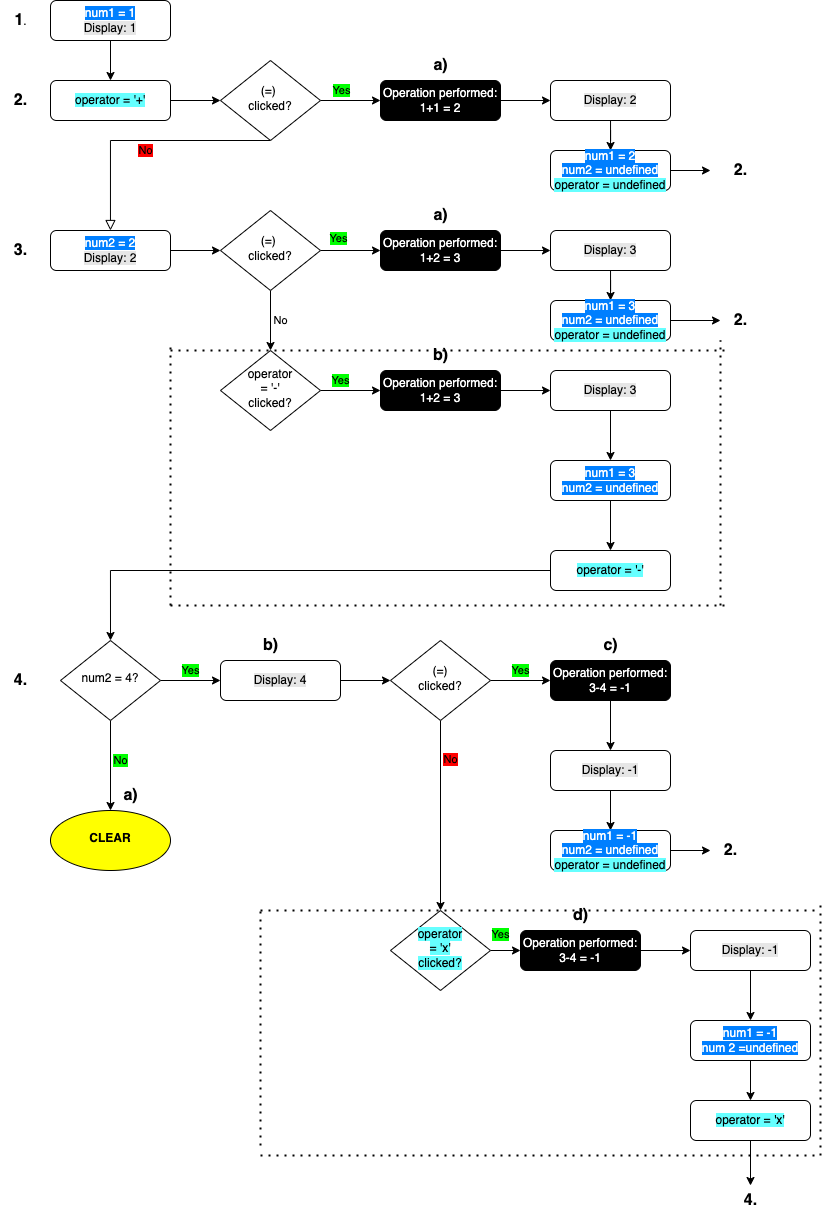
The draw.io diagram flow-diagram/calculator-flow-diagram.png in roamingterra/calculator, before a commit. Source tidied: cells renumbered, new cells last; positions are measured from the earlier drawing's top-left corner, leaving out a move shared by most shapes.
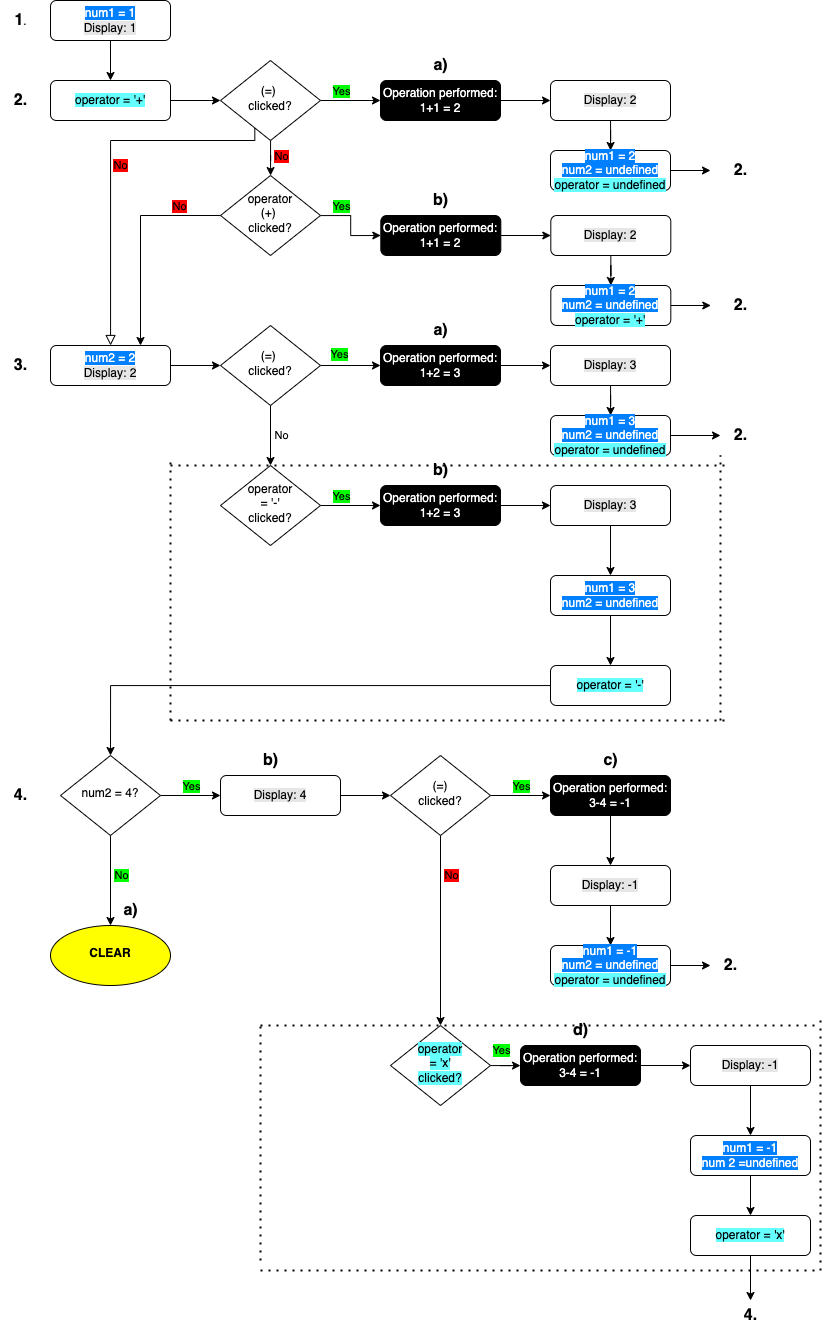
The same diagram one commit later.

Change to the diagram source:
```diff
@@ -6,12 +6,13 @@
       <mxGeometry relative="1" as="geometry" />
     </mxCell>
     <mxCell id="3" value="&lt;font color=&quot;#ffffff&quot;&gt;&lt;span style=&quot;background-color: rgb(0, 127, 255);&quot;&gt;num1 = 1&lt;/span&gt;&lt;br&gt;&lt;/font&gt;&lt;span style=&quot;background-color: rgb(230, 230, 230);&quot;&gt;Display: 1&lt;/span&gt;" style="rounded=1;whiteSpace=wrap;html=1;fontSize=12;glass=0;strokeWidth=1;shadow=0;" parent="1" vertex="1">
-      <mxGeometry x="50" width="120" height="40" as="geometry" />
+      <mxGeometry x="50" y="-115" width="120" height="40" as="geometry" />
     </mxCell>
-    <mxCell id="4" value="&lt;span style=&quot;background-color: rgb(255, 0, 0);&quot;&gt;No&lt;/span&gt;" style="edgeStyle=orthogonalEdgeStyle;rounded=0;html=1;jettySize=auto;fontSize=11;endArrow=block;endFill=0;endSize=8;strokeWidth=1;shadow=0;labelBackgroundColor=none;" parent="1" edge="1" source="7" target="9">
+    <mxCell id="4" value="&lt;span style=&quot;background-color: rgb(255, 0, 0);&quot;&gt;No&lt;/span&gt;" style="edgeStyle=orthogonalEdgeStyle;rounded=0;html=1;jettySize=auto;fontSize=11;endArrow=block;endFill=0;endSize=8;strokeWidth=1;shadow=0;labelBackgroundColor=none;exitX=0.343;exitY=0.843;exitDx=0;exitDy=0;exitPerimeter=0;" parent="1" edge="1" source="7" target="9">
       <mxGeometry y="10" relative="1" as="geometry">
         <Array as="points">
-          <mxPoint x="110" y="140" />
+          <mxPoint x="254" y="25" />
+          <mxPoint x="110" y="25" />
         </Array>
       </mxGeometry>
     </mxCell>
@@ -23,8 +24,16 @@
         <mxPoint x="2" y="-6" as="offset" />
       </mxGeometry>
     </mxCell>
+    <mxCell id="93" style="edgeStyle=orthogonalEdgeStyle;rounded=0;jettySize=auto;html=1;" parent="1" edge="1" source="7" target="96">
+      <mxGeometry relative="1" as="geometry" />
+    </mxCell>
+    <mxCell id="94" value="&lt;span style=&quot;background-color: rgb(255, 0, 0);&quot;&gt;No&lt;/span&gt;" style="edgeLabel;html=1;align=center;verticalAlign=middle;" parent="93" vertex="1">
+      <mxGeometry x="-0.47" y="-1" relative="1" as="geometry">
+        <mxPoint x="11" y="3" as="offset" />
+      </mxGeometry>
+    </mxCell>
     <mxCell id="7" value="(=)&amp;nbsp;&lt;br&gt;clicked?" style="rhombus;whiteSpace=wrap;html=1;shadow=0;fontFamily=Helvetica;fontSize=12;align=center;strokeWidth=1;spacing=6;spacingTop=-4;" parent="1" vertex="1">
-      <mxGeometry x="220" y="60" width="100" height="80" as="geometry" />
+      <mxGeometry x="220" y="-55" width="100" height="80" as="geometry" />
     </mxCell>
     <mxCell id="8" style="edgeStyle=orthogonalEdgeStyle;rounded=0;jettySize=auto;html=1;" parent="1" edge="1" source="9" target="19">
       <mxGeometry relative="1" as="geometry" />
@@ -36,21 +45,21 @@
       <mxGeometry relative="1" as="geometry" />
     </mxCell>
     <mxCell id="11" value="&lt;span style=&quot;background-color: rgb(102, 255, 255);&quot;&gt;operator = '+'&lt;/span&gt;" style="rounded=1;whiteSpace=wrap;html=1;fontSize=12;glass=0;strokeWidth=1;shadow=0;" parent="1" vertex="1">
-      <mxGeometry x="50" y="80" width="120" height="40" as="geometry" />
+      <mxGeometry x="50" y="-35" width="120" height="40" as="geometry" />
     </mxCell>
     <mxCell id="12" style="edgeStyle=orthogonalEdgeStyle;rounded=0;jettySize=auto;html=1;" parent="1" edge="1" source="13">
       <mxGeometry relative="1" as="geometry">
-        <mxPoint x="550" y="100" as="targetPoint" />
+        <mxPoint x="550" y="-15" as="targetPoint" />
       </mxGeometry>
     </mxCell>
     <mxCell id="13" value="&lt;font color=&quot;#ffffff&quot;&gt;Operation performed:&lt;br&gt;1+1 = 2&lt;/font&gt;" style="rounded=1;whiteSpace=wrap;html=1;fontSize=12;glass=0;strokeWidth=1;shadow=0;fillColor=#000000;" parent="1" vertex="1">
-      <mxGeometry x="380" y="80" width="120" height="40" as="geometry" />
+      <mxGeometry x="380" y="-35" width="120" height="40" as="geometry" />
     </mxCell>
     <mxCell id="14" style="edgeStyle=orthogonalEdgeStyle;rounded=0;jettySize=auto;html=1;" parent="1" edge="1" source="15" target="43">
       <mxGeometry relative="1" as="geometry" />
     </mxCell>
     <mxCell id="15" value="&lt;span style=&quot;background-color: rgb(230, 230, 230);&quot;&gt;Display: 2&lt;/span&gt;" style="rounded=1;whiteSpace=wrap;html=1;fontSize=12;glass=0;strokeWidth=1;shadow=0;" parent="1" vertex="1">
-      <mxGeometry x="550" y="80" width="120" height="40" as="geometry" />
+      <mxGeometry x="550" y="-35" width="120" height="40" as="geometry" />
     </mxCell>
     <mxCell id="16" style="edgeStyle=orthogonalEdgeStyle;rounded=0;jettySize=auto;html=1;" parent="1" edge="1" source="19" target="22">
       <mxGeometry relative="1" as="geometry" />
@@ -121,16 +130,16 @@
       <mxGeometry x="550" y="550" width="120" height="40" as="geometry" />
     </mxCell>
     <mxCell id="36" value="&lt;font style=&quot;font-size: 16px;&quot;&gt;&lt;b&gt;1&lt;/b&gt;&lt;/font&gt;." style="text;html=1;align=center;verticalAlign=middle;strokeColor=none;fillColor=none;" parent="1" vertex="1">
-      <mxGeometry y="5" width="40" height="30" as="geometry" />
+      <mxGeometry y="-110" width="40" height="30" as="geometry" />
     </mxCell>
     <mxCell id="37" value="&lt;span style=&quot;font-size: 16px;&quot;&gt;&lt;b&gt;2.&lt;/b&gt;&lt;/span&gt;" style="text;html=1;align=center;verticalAlign=middle;strokeColor=none;fillColor=none;" parent="1" vertex="1">
-      <mxGeometry y="85" width="40" height="30" as="geometry" />
+      <mxGeometry y="-30" width="40" height="30" as="geometry" />
     </mxCell>
     <mxCell id="38" value="&lt;span style=&quot;font-size: 16px;&quot;&gt;&lt;b&gt;3.&lt;/b&gt;&lt;/span&gt;" style="text;html=1;align=center;verticalAlign=middle;strokeColor=none;fillColor=none;" parent="1" vertex="1">
       <mxGeometry y="235" width="40" height="30" as="geometry" />
     </mxCell>
     <mxCell id="39" value="&lt;b&gt;a)&lt;/b&gt;" style="text;html=1;align=center;verticalAlign=middle;strokeColor=none;fillColor=none;fontSize=16;" parent="1" vertex="1">
-      <mxGeometry x="420" y="50" width="40" height="30" as="geometry" />
+      <mxGeometry x="420" y="-65" width="40" height="30" as="geometry" />
     </mxCell>
     <mxCell id="40" value="&lt;b&gt;a)&lt;/b&gt;" style="text;html=1;align=center;verticalAlign=middle;strokeColor=none;fillColor=none;fontSize=16;" parent="1" vertex="1">
       <mxGeometry x="420" y="200" width="40" height="30" as="geometry" />
@@ -140,14 +149,14 @@
     </mxCell>
     <mxCell id="42" style="edgeStyle=orthogonalEdgeStyle;rounded=0;jettySize=auto;html=1;" parent="1" edge="1" source="43">
       <mxGeometry relative="1" as="geometry">
-        <mxPoint x="710" y="170" as="targetPoint" />
+        <mxPoint x="710" y="55" as="targetPoint" />
       </mxGeometry>
     </mxCell>
     <mxCell id="43" value="&lt;font style=&quot;background-color: rgb(0, 127, 255);&quot; color=&quot;#ffffff&quot;&gt;num1 = 2&lt;br&gt;&lt;/font&gt;&lt;font style=&quot;background-color: rgb(0, 127, 255);&quot; color=&quot;#ffffff&quot;&gt;num2 = undefined&lt;br&gt;&lt;/font&gt;&lt;span style=&quot;background-color: rgb(102, 255, 255);&quot;&gt;operator = undefined&lt;/span&gt;" style="rounded=1;whiteSpace=wrap;html=1;fontSize=12;glass=0;strokeWidth=1;shadow=0;" parent="1" vertex="1">
-      <mxGeometry x="550" y="150" width="120" height="40" as="geometry" />
+      <mxGeometry x="550" y="35" width="120" height="40" as="geometry" />
     </mxCell>
     <mxCell id="44" value="&lt;span style=&quot;font-size: 16px;&quot;&gt;&lt;b&gt;2.&lt;/b&gt;&lt;/span&gt;" style="text;html=1;align=center;verticalAlign=middle;strokeColor=none;fillColor=none;" parent="1" vertex="1">
-      <mxGeometry x="720" y="155" width="40" height="30" as="geometry" />
+      <mxGeometry x="720" y="40" width="40" height="30" as="geometry" />
     </mxCell>
     <mxCell id="45" style="edgeStyle=orthogonalEdgeStyle;rounded=0;jettySize=auto;html=1;" parent="1" edge="1" source="46" target="47">
       <mxGeometry relative="1" as="geometry" />
@@ -325,5 +334,55 @@
     <mxCell id="92" value="&lt;span style=&quot;font-size: 16px;&quot;&gt;&lt;b&gt;4.&lt;/b&gt;&lt;/span&gt;" style="text;html=1;align=center;verticalAlign=middle;points=[];strokeColor=none;fillColor=none;" parent="1" vertex="1">
       <mxGeometry x="730" y="1185" width="40" height="30" as="geometry" />
     </mxCell>
+    <mxCell id="95" style="edgeStyle=orthogonalEdgeStyle;rounded=0;jettySize=auto;html=1;entryX=0;entryY=0.5;entryDx=0;entryDy=0;" parent="1" edge="1" source="96" target="99">
+      <mxGeometry relative="1" as="geometry" />
+    </mxCell>
+    <mxCell id="96" value="operator&lt;br&gt;(+)&amp;nbsp;&lt;br&gt;clicked?" style="rhombus;whiteSpace=wrap;html=1;shadow=0;fontFamily=Helvetica;fontSize=12;align=center;strokeWidth=1;spacing=6;spacingTop=-4;" parent="1" vertex="1">
+      <mxGeometry x="220" y="60" width="100" height="80" as="geometry" />
+    </mxCell>
+    <mxCell id="97" value="&lt;span style=&quot;background-color: rgb(0, 255, 0);&quot;&gt;Yes&lt;/span&gt;" style="edgeLabel;html=1;align=center;verticalAlign=middle;" parent="1" vertex="1">
+      <mxGeometry x="340" y="90" as="geometry" />
+    </mxCell>
+    <mxCell id="98" style="edgeStyle=orthogonalEdgeStyle;rounded=0;jettySize=auto;html=1;" parent="1" edge="1" source="99">
+      <mxGeometry relative="1" as="geometry">
+        <mxPoint x="550.3" y="120" as="targetPoint" />
+      </mxGeometry>
+    </mxCell>
+    <mxCell id="99" value="&lt;font color=&quot;#ffffff&quot;&gt;Operation performed:&lt;br&gt;1+1 = 2&lt;/font&gt;" style="rounded=1;whiteSpace=wrap;html=1;fontSize=12;glass=0;strokeWidth=1;shadow=0;fillColor=#000000;" parent="1" vertex="1">
+      <mxGeometry x="380.3" y="100" width="120" height="40" as="geometry" />
+    </mxCell>
+    <mxCell id="100" style="edgeStyle=orthogonalEdgeStyle;rounded=0;jettySize=auto;html=1;" parent="1" edge="1" source="101" target="104">
+      <mxGeometry relative="1" as="geometry" />
+    </mxCell>
+    <mxCell id="101" value="&lt;span style=&quot;background-color: rgb(230, 230, 230);&quot;&gt;Display: 2&lt;/span&gt;" style="rounded=1;whiteSpace=wrap;html=1;fontSize=12;glass=0;strokeWidth=1;shadow=0;" parent="1" vertex="1">
+      <mxGeometry x="550.3" y="100" width="120" height="40" as="geometry" />
+    </mxCell>
+    <mxCell id="102" value="&lt;b&gt;b)&lt;/b&gt;" style="text;html=1;align=center;verticalAlign=middle;strokeColor=none;fillColor=none;fontSize=16;" parent="1" vertex="1">
+      <mxGeometry x="420.3" y="70" width="40" height="30" as="geometry" />
+    </mxCell>
+    <mxCell id="103" style="edgeStyle=orthogonalEdgeStyle;rounded=0;jettySize=auto;html=1;" parent="1" edge="1" source="104">
+      <mxGeometry relative="1" as="geometry">
+        <mxPoint x="710.3" y="190" as="targetPoint" />
+      </mxGeometry>
+    </mxCell>
+    <mxCell id="104" value="&lt;font style=&quot;background-color: rgb(0, 127, 255);&quot; color=&quot;#ffffff&quot;&gt;num1 = 2&lt;br&gt;&lt;/font&gt;&lt;font style=&quot;background-color: rgb(0, 127, 255);&quot; color=&quot;#ffffff&quot;&gt;num2 = undefined&lt;br&gt;&lt;/font&gt;&lt;span style=&quot;background-color: rgb(102, 255, 255);&quot;&gt;operator = '+'&lt;/span&gt;" style="rounded=1;whiteSpace=wrap;html=1;fontSize=12;glass=0;strokeWidth=1;shadow=0;" parent="1" vertex="1">
+      <mxGeometry x="550.3" y="170" width="120" height="40" as="geometry" />
+    </mxCell>
+    <mxCell id="105" value="&lt;span style=&quot;font-size: 16px;&quot;&gt;&lt;b&gt;2.&lt;/b&gt;&lt;/span&gt;" style="text;html=1;align=center;verticalAlign=middle;strokeColor=none;fillColor=none;" parent="1" vertex="1">
+      <mxGeometry x="720.3" y="175" width="40" height="30" as="geometry" />
+    </mxCell>
+    <mxCell id="106" style="endArrow=classic;html=1;rounded=0;entryX=0.75;entryY=0;entryDx=0;entryDy=0;" parent="1" edge="1" target="9">
+      <mxGeometry relative="1" as="geometry">
+        <mxPoint x="220" y="100" as="sourcePoint" />
+        <Array as="points">
+          <mxPoint x="140" y="100" />
+        </Array>
+      </mxGeometry>
+    </mxCell>
+    <mxCell id="107" value="&lt;span style=&quot;background-color: rgb(255, 0, 0);&quot;&gt;No&lt;/span&gt;" style="edgeLabel;html=1;align=center;verticalAlign=middle;" parent="106" vertex="1">
+      <mxGeometry x="-0.61" y="-1" relative="1" as="geometry">
+        <mxPoint y="-9" as="offset" />
+      </mxGeometry>
+    </mxCell>
   </root>
 </mxGraphModel>
```
